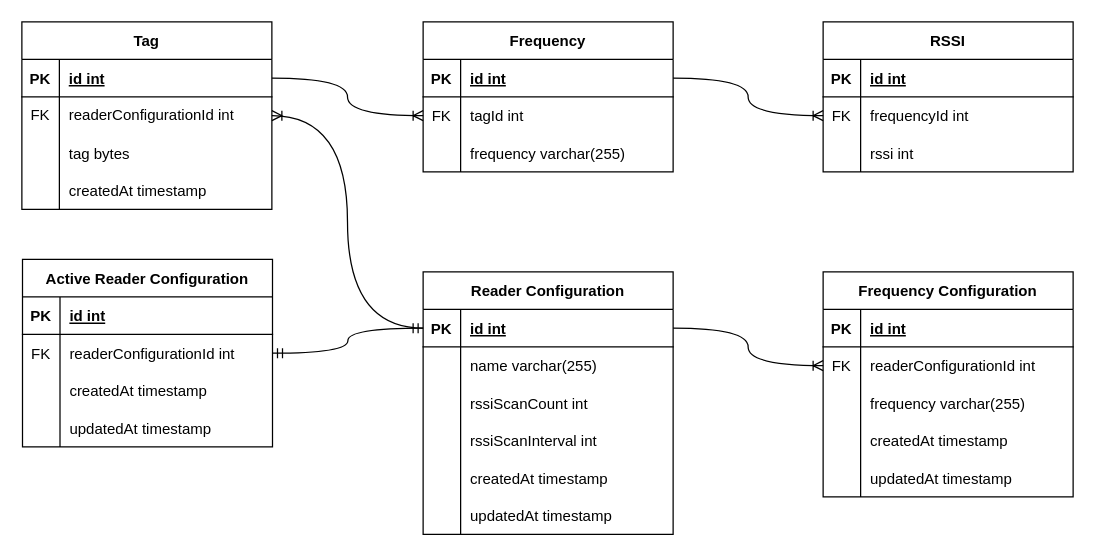
NotHydra/pari keeps this draw.io diagram as diagram/entity-relationship-diagram/entity-relationship-diagram.drawio. Above is the earlier version. Source tidied: cells renumbered, new cells numbered last; positions are measured from the earlier drawing's top-left corner, leaving out a move shared by most shapes. Both pictures are drawn from the tidied source at 125%, with x=0, y=0 at pixel (21, 21).
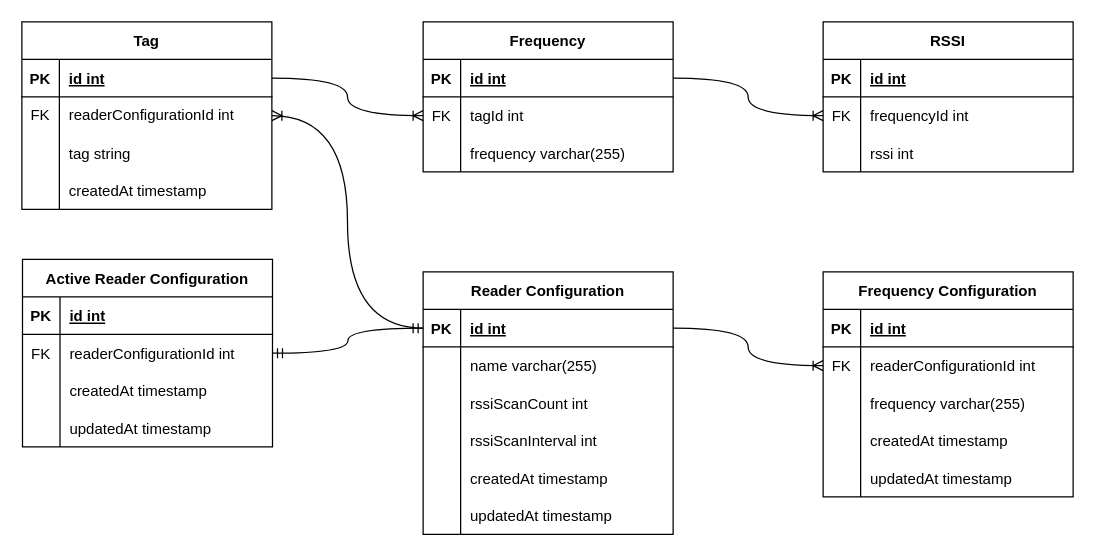
The same page after the edit.

Commit message (it also covers changes not shown here):
feat(diagram & server): tag type to string

The change refers to these unchanged cells:
```xml
<mxCell id="9" style="shape=tableRow;horizontal=0;startSize=0;swimlaneHead=0;swimlaneBody=0;fillColor=none;top=0;left=0;right=0;bottom=0;" parent="2" vertex="1">
  <mxGeometry y="90" width="200" height="30" as="geometry" />
</mxCell>
```

The edit, as a diff of the source:
```diff
@@
-    <mxCell id="11" value="tag bytes" style="shape=partialRectangle;fillColor=none;top=0;left=0;bottom=0;right=0;align=left;spacingLeft=6;overflow=hidden;" parent="9" vertex="1">
+    <mxCell id="11" value="tag string" style="shape=partialRectangle;fillColor=none;top=0;left=0;bottom=0;right=0;align=left;spacingLeft=6;overflow=hidden;" parent="9" vertex="1">
       <mxGeometry x="30" width="170" height="30" as="geometry" />
     </mxCell>
```
